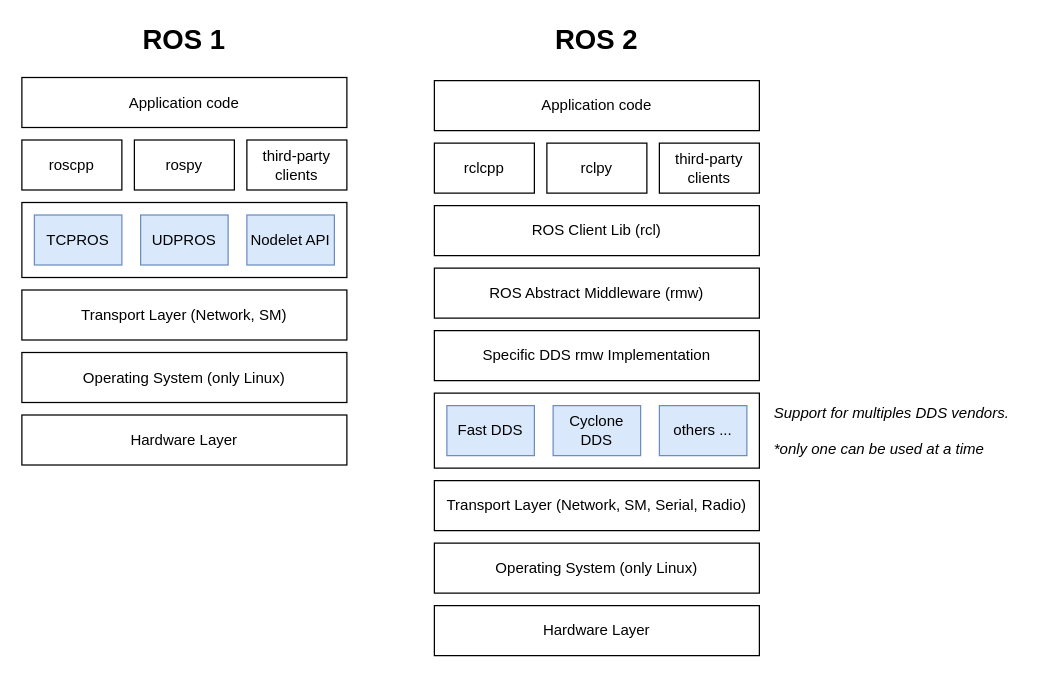
Earlier version of the draw.io diagram page "stack" (5 of 8) of src/resources/ros.drawio (harleylara/robotics). Source tidied: cells renumbered, new cells numbered last; positions are measured from the earlier drawing's top-left corner, leaving out a move shared by most shapes. Both pictures are drawn from the tidied source at 125%, with x=0, y=0 at pixel (21, 20).
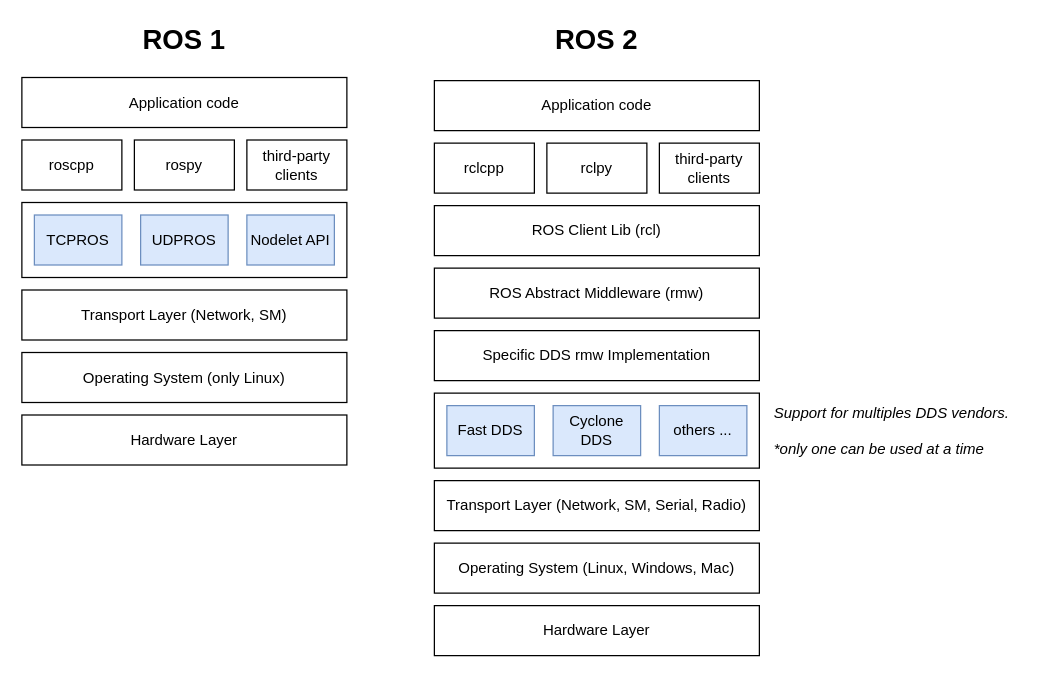
After the change.

Commit message:
fix os on ros2 diagram

Diff of the diagram source:
```diff
@@
-    <mxCell id="13" value="Operating System (only Linux)" style="rounded=0;whiteSpace=wrap;html=1;" parent="1" vertex="1">
+    <mxCell id="13" value="Operating System (Linux, Windows, Mac)" style="rounded=0;whiteSpace=wrap;html=1;" parent="1" vertex="1">
       <mxGeometry x="330" y="418" width="260" height="40" as="geometry" />
     </mxCell>
```
